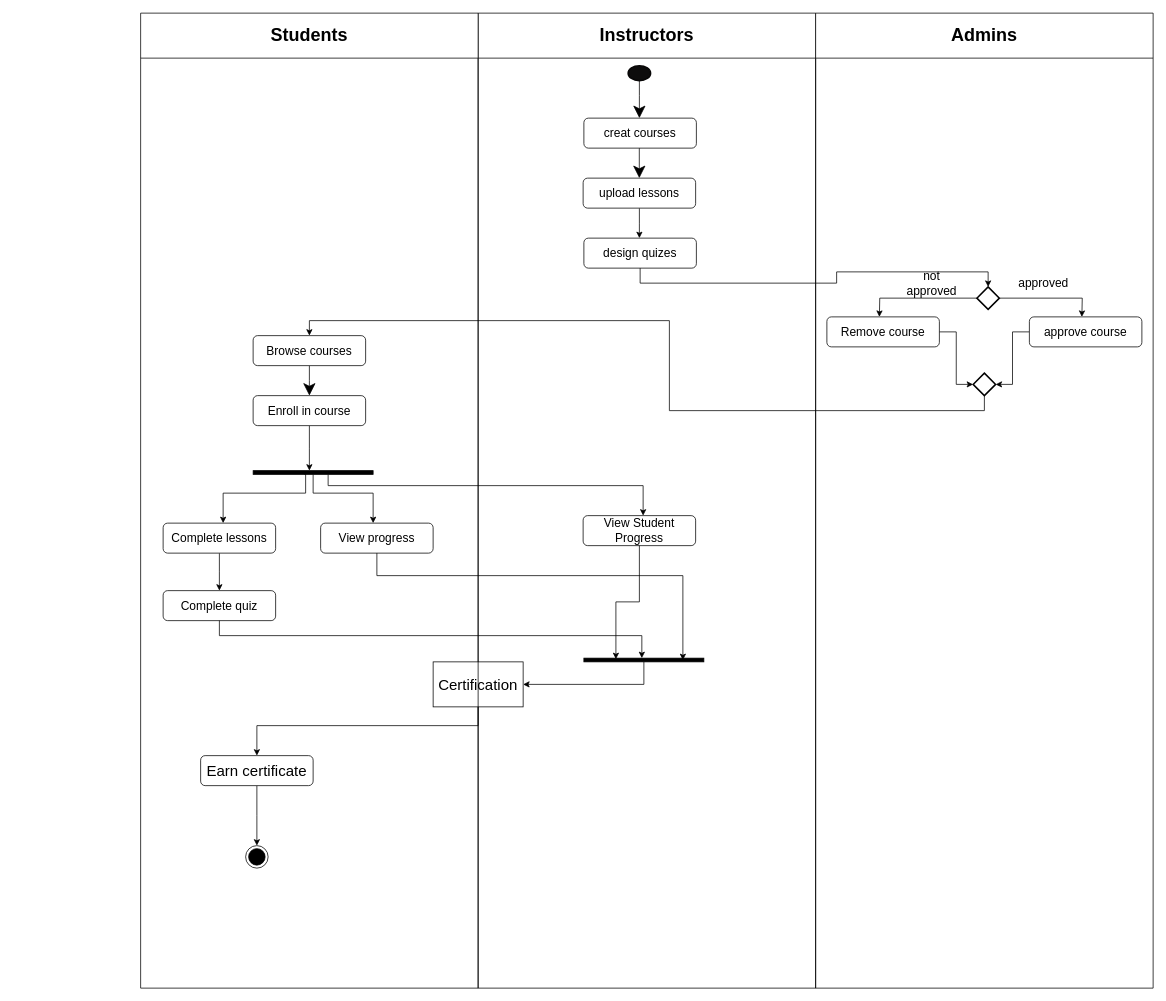
Smook-e/Prog2_lab6 keeps this draw.io diagram as Diagrams/activity diagram.drawio. Above is the earlier version. Source tidied: cells renumbered, new cells numbered last; positions are measured from the earlier drawing's top-left corner, leaving out a move shared by most shapes. Both pictures are drawn from the tidied source at 75%, with x=0, y=0 at pixel (140, 13).
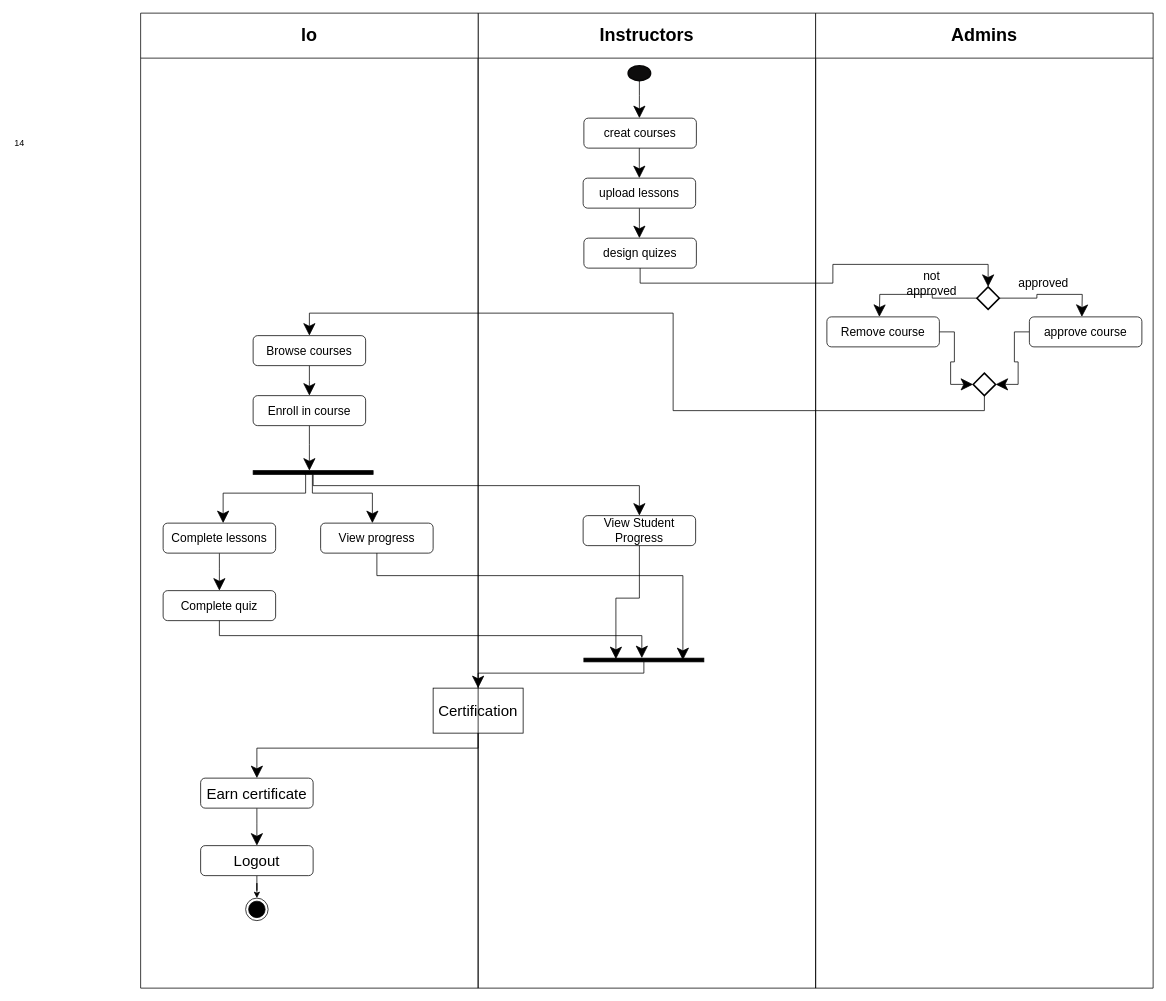
After the change.

Commit message:
organize the design of diagram

The change refers to these unchanged cells:
```xml
<mxCell id="2" value="Instructors" style="swimlane;whiteSpace=wrap;html=1;startSize=60;fontSize=24;" parent="1" vertex="1">
  <mxGeometry x="450" width="450" height="1300" as="geometry" />
</mxCell>
<mxCell id="8" value="upload lessons" style="rounded=1;whiteSpace=wrap;html=1;fontSize=16;" parent="2" vertex="1">
  <mxGeometry x="140" y="220" width="150" height="40" as="geometry" />
</mxCell>
<mxCell id="9" value="design quizes" style="rounded=1;whiteSpace=wrap;html=1;fontSize=16;" parent="2" vertex="1">
  <mxGeometry x="141" y="300" width="150" height="40" as="geometry" />
</mxCell>
<mxCell id="10" value="View Student Progress" style="rounded=1;whiteSpace=wrap;html=1;fontSize=16;" parent="2" vertex="1">
  <mxGeometry x="140" y="670" width="150" height="40" as="geometry" />
</mxCell>
<mxCell id="12" style="html=1;points=[];perimeter=orthogonalPerimeter;fillColor=strokeColor;direction=south;" parent="2" vertex="1">
  <mxGeometry x="141" y="860" width="160" height="5" as="geometry" />
</mxCell>
<mxCell id="17" value="Browse courses" style="rounded=1;whiteSpace=wrap;html=1;fontSize=16;" parent="15" vertex="1">
  <mxGeometry x="150" y="430" width="150" height="40" as="geometry" />
</mxCell>
<mxCell id="19" value="Enroll in course" style="rounded=1;whiteSpace=wrap;html=1;fontSize=16;" parent="15" vertex="1">
  <mxGeometry x="150" y="510" width="150" height="40" as="geometry" />
</mxCell>
<mxCell id="23" style="html=1;points=[];perimeter=orthogonalPerimeter;fillColor=strokeColor;direction=south;" parent="15" vertex="1">
  <mxGeometry x="150" y="610" width="160" height="5" as="geometry" />
</mxCell>
<mxCell id="24" value="View progress" style="rounded=1;whiteSpace=wrap;html=1;fontSize=16;" parent="15" vertex="1">
  <mxGeometry x="240" y="680" width="150" height="40" as="geometry" />
</mxCell>
<mxCell id="26" value="Complete lessons" style="rounded=1;whiteSpace=wrap;html=1;fontSize=16;" parent="15" vertex="1">
  <mxGeometry x="30" y="680" width="150" height="40" as="geometry" />
</mxCell>
<mxCell id="27" value="Complete quiz" style="rounded=1;whiteSpace=wrap;html=1;fontSize=16;" parent="15" vertex="1">
  <mxGeometry x="30" y="770" width="150" height="40" as="geometry" />
</mxCell>
<mxCell id="31" value="Admins" style="swimlane;whiteSpace=wrap;html=1;startSize=60;fontSize=24;" parent="1" vertex="1">
  <mxGeometry x="900" width="450" height="1300" as="geometry" />
</mxCell>
<mxCell id="34" style="rhombus;whiteSpace=wrap;html=1;strokeWidth=2;" parent="31" vertex="1">
  <mxGeometry x="215" y="365" width="30" height="30" as="geometry" />
</mxCell>
<mxCell id="38" value="Remove course" style="rounded=1;whiteSpace=wrap;html=1;fontSize=16;" parent="31" vertex="1">
  <mxGeometry x="15" y="405" width="150" height="40" as="geometry" />
</mxCell>
<mxCell id="40" value="approve course" style="rounded=1;whiteSpace=wrap;html=1;fontSize=16;" parent="31" vertex="1">
  <mxGeometry x="285" y="405" width="150" height="40" as="geometry" />
</mxCell>
<mxCell id="41" style="rhombus;whiteSpace=wrap;html=1;strokeWidth=2;" parent="31" vertex="1">
  <mxGeometry x="210" y="480" width="30" height="30" as="geometry" />
</mxCell>
```

Change to the diagram source:
```diff
@@
-    <mxCell id="7" style="edgeStyle=orthogonalEdgeStyle;rounded=0;jettySize=auto;html=1;" parent="2" edge="1" source="8">
+    <mxCell id="7" style="edgeStyle=orthogonalEdgeStyle;rounded=0;jettySize=auto;html=1;endSize=14;startSize=14;" parent="2" edge="1" source="8">
       <mxGeometry relative="1" as="geometry">
         <mxPoint x="215" y="300" as="targetPoint" />
       </mxGeometry>
     </mxCell>
@@
-    <mxCell id="11" style="edgeStyle=orthogonalEdgeStyle;rounded=0;jettySize=auto;html=1;entryX=1;entryY=0.5;entryDx=0;entryDy=0;" parent="2" edge="1" source="12" target="14">
-      <mxGeometry relative="1" as="geometry">
-        <Array as="points">
-          <mxPoint x="221" y="895" />
-        </Array>
-      </mxGeometry>
-    </mxCell>
+    <mxCell id="47" style="edgeStyle=orthogonalEdgeStyle;rounded=0;jettySize=auto;html=1;endSize=14;startSize=14;" parent="2" edge="1" source="12">
+      <mxGeometry relative="1" as="geometry">
+        <mxPoint y="900" as="targetPoint" />
+        <Array as="points">
+          <mxPoint x="221" y="880" />
+          <mxPoint y="880" />
+        </Array>
+      </mxGeometry>
+    </mxCell>
@@
-    <mxCell id="13" style="edgeStyle=orthogonalEdgeStyle;rounded=0;jettySize=auto;html=1;entryX=0.267;entryY=0.733;entryDx=0;entryDy=0;entryPerimeter=0;" parent="2" edge="1" source="10" target="12">
+    <mxCell id="13" style="edgeStyle=orthogonalEdgeStyle;rounded=0;jettySize=auto;html=1;entryX=0.267;entryY=0.733;entryDx=0;entryDy=0;entryPerimeter=0;endSize=14;startSize=14;" parent="2" edge="1" source="10" target="12">
       <mxGeometry relative="1" as="geometry" />
     </mxCell>
     <mxCell id="14" value="Certification" style="rounded=0;whiteSpace=wrap;html=1;fontSize=20;" parent="2" vertex="1">
-      <mxGeometry x="-60" y="865" width="120" height="60" as="geometry" />
+      <mxGeometry x="-60" y="900" width="120" height="60" as="geometry" />
     </mxCell>
-    <mxCell id="15" value="Students" style="swimlane;whiteSpace=wrap;html=1;startSize=60;strokeWidth=1;fontSize=24;" parent="1" vertex="1">
+    <mxCell id="15" value="lo" style="swimlane;whiteSpace=wrap;html=1;startSize=60;strokeWidth=1;fontSize=24;" parent="1" vertex="1">
       <mxGeometry width="450" height="1300" as="geometry" />
     </mxCell>
@@
-    <mxCell id="18" style="edgeStyle=orthogonalEdgeStyle;rounded=0;jettySize=auto;html=1;" parent="15" edge="1" source="19">
+    <mxCell id="18" style="edgeStyle=orthogonalEdgeStyle;rounded=0;jettySize=auto;html=1;endSize=14;startSize=14;" parent="15" edge="1" source="19">
       <mxGeometry relative="1" as="geometry">
         <mxPoint x="225" y="610" as="targetPoint" />
       </mxGeometry>
     </mxCell>
@@
-    <mxCell id="20" style="edgeStyle=orthogonalEdgeStyle;rounded=0;jettySize=auto;html=1;exitX=1.024;exitY=0.572;exitDx=0;exitDy=0;exitPerimeter=0;" parent="15" edge="1" source="23">
+    <mxCell id="20" style="edgeStyle=orthogonalEdgeStyle;rounded=0;jettySize=auto;html=1;exitX=1.024;exitY=0.572;exitDx=0;exitDy=0;exitPerimeter=0;endSize=14;startSize=14;" parent="15" edge="1" source="23">
       <mxGeometry relative="1" as="geometry">
         <mxPoint x="110" y="680" as="targetPoint" />
         <Array as="points">
           <mxPoint x="220" y="615" />
           <mxPoint x="220" y="640" />
           <mxPoint x="110" y="640" />
         </Array>
       </mxGeometry>
     </mxCell>
-    <mxCell id="21" style="edgeStyle=orthogonalEdgeStyle;rounded=0;jettySize=auto;html=1;" parent="15" edge="1" source="23">
+    <mxCell id="21" style="edgeStyle=orthogonalEdgeStyle;rounded=0;orthogonalLoop=1;jettySize=auto;html=1;endSize=14;startSize=14;" parent="15" edge="1">
       <mxGeometry relative="1" as="geometry">
-        <mxPoint x="310" y="680" as="targetPoint" />
+        <mxPoint x="229" y="615" as="sourcePoint" />
+        <mxPoint x="309" y="680" as="targetPoint" />
         <Array as="points">
-          <mxPoint x="230" y="640" />
-          <mxPoint x="310" y="640" />
+          <mxPoint x="229" y="640" />
+          <mxPoint x="309" y="640" />
         </Array>
       </mxGeometry>
     </mxCell>
-    <mxCell id="22" style="edgeStyle=orthogonalEdgeStyle;rounded=0;jettySize=auto;html=1;" parent="15" edge="1" source="23">
-      <mxGeometry relative="1" as="geometry">
-        <mxPoint x="670" y="670" as="targetPoint" />
-        <Array as="points">
-          <mxPoint x="250" y="630" />
-          <mxPoint x="670" y="630" />
-        </Array>
-      </mxGeometry>
-    </mxCell>
@@
-    <mxCell id="25" style="edgeStyle=orthogonalEdgeStyle;rounded=0;jettySize=auto;html=1;" parent="15" edge="1" source="26">
+    <mxCell id="25" style="edgeStyle=orthogonalEdgeStyle;rounded=0;jettySize=auto;html=1;endSize=14;startSize=14;" parent="15" edge="1" source="26">
       <mxGeometry relative="1" as="geometry">
         <mxPoint x="105" y="770" as="targetPoint" />
       </mxGeometry>
     </mxCell>
@@
-    <mxCell id="28" style="edgeStyle=orthogonalEdgeStyle;rounded=0;jettySize=auto;html=1;" parent="15" edge="1" source="29">
+    <mxCell id="28" style="edgeStyle=orthogonalEdgeStyle;rounded=0;jettySize=auto;html=1;fontSize=11;endSize=14;startSize=14;" parent="15" edge="1" source="29">
       <mxGeometry relative="1" as="geometry">
         <mxPoint x="155" y="1110" as="targetPoint" />
       </mxGeometry>
     </mxCell>
     <mxCell id="29" value="Earn certificate" style="rounded=1;whiteSpace=wrap;html=1;fontSize=20;" parent="15" vertex="1">
-      <mxGeometry x="80" y="990" width="150" height="40" as="geometry" />
+      <mxGeometry x="80" y="1020" width="150" height="40" as="geometry" />
     </mxCell>
     <mxCell id="30" style="ellipse;html=1;shape=endState;fillColor=strokeColor;" parent="15" vertex="1">
-      <mxGeometry x="140" y="1110" width="30" height="30" as="geometry" />
+      <mxGeometry x="140" y="1180" width="30" height="30" as="geometry" />
     </mxCell>
+    <mxCell id="48" style="edgeStyle=orthogonalEdgeStyle;rounded=0;jettySize=auto;html=1;" parent="15" edge="1" source="49" target="30">
+      <mxGeometry relative="1" as="geometry" />
+    </mxCell>
+    <mxCell id="49" value="Logout" style="rounded=1;whiteSpace=wrap;html=1;fontSize=20;" parent="15" vertex="1">
+      <mxGeometry x="80" y="1110" width="150" height="40" as="geometry" />
+    </mxCell>
@@
-    <mxCell id="32" style="edgeStyle=orthogonalEdgeStyle;rounded=0;jettySize=auto;html=1;" parent="31" edge="1" source="34">
+    <mxCell id="32" style="edgeStyle=orthogonalEdgeStyle;rounded=0;jettySize=auto;html=1;endSize=14;startSize=14;" parent="31" edge="1" source="34">
       <mxGeometry relative="1" as="geometry">
         <mxPoint x="355" y="405" as="targetPoint" />
       </mxGeometry>
     </mxCell>
-    <mxCell id="33" style="edgeStyle=orthogonalEdgeStyle;rounded=0;jettySize=auto;html=1;" parent="31" edge="1" source="34">
+    <mxCell id="33" style="edgeStyle=orthogonalEdgeStyle;rounded=0;jettySize=auto;html=1;startSize=14;endSize=14;" parent="31" edge="1" source="34">
       <mxGeometry relative="1" as="geometry">
         <mxPoint x="85" y="405" as="targetPoint" />
       </mxGeometry>
     </mxCell>
@@
-    <mxCell id="37" style="edgeStyle=orthogonalEdgeStyle;rounded=0;jettySize=auto;html=1;entryX=0;entryY=0.5;entryDx=0;entryDy=0;" parent="31" edge="1" source="38" target="41">
+    <mxCell id="37" style="edgeStyle=orthogonalEdgeStyle;rounded=0;jettySize=auto;html=1;entryX=0;entryY=0.5;entryDx=0;entryDy=0;endSize=14;startSize=14;" parent="31" edge="1" source="38" target="41">
       <mxGeometry relative="1" as="geometry" />
     </mxCell>
@@
-    <mxCell id="39" style="edgeStyle=orthogonalEdgeStyle;rounded=0;jettySize=auto;html=1;entryX=1;entryY=0.5;entryDx=0;entryDy=0;" parent="31" edge="1" source="40" target="41">
+    <mxCell id="39" style="edgeStyle=orthogonalEdgeStyle;rounded=0;jettySize=auto;html=1;entryX=1;entryY=0.5;entryDx=0;entryDy=0;startSize=14;endSize=14;" parent="31" edge="1" source="40" target="41">
       <mxGeometry relative="1" as="geometry" />
     </mxCell>
@@
-    <mxCell id="42" style="edgeStyle=orthogonalEdgeStyle;rounded=0;jettySize=auto;html=1;entryX=0.5;entryY=0;entryDx=0;entryDy=0;exitX=0.5;exitY=1;exitDx=0;exitDy=0;" parent="1" edge="1" source="9" target="34">
+    <mxCell id="42" style="edgeStyle=orthogonalEdgeStyle;rounded=0;jettySize=auto;html=1;entryX=0.5;entryY=0;entryDx=0;entryDy=0;exitX=0.5;exitY=1;exitDx=0;exitDy=0;startSize=14;endSize=14;" parent="1" edge="1" source="9" target="34">
       <mxGeometry relative="1" as="geometry" />
     </mxCell>
-    <mxCell id="43" style="edgeStyle=orthogonalEdgeStyle;rounded=0;jettySize=auto;html=1;entryX=0.5;entryY=0;entryDx=0;entryDy=0;exitX=0.5;exitY=1;exitDx=0;exitDy=0;" parent="1" edge="1" source="41" target="17">
+    <mxCell id="43" style="edgeStyle=orthogonalEdgeStyle;rounded=0;jettySize=auto;html=1;entryX=0.5;entryY=0;entryDx=0;entryDy=0;exitX=0.5;exitY=1;exitDx=0;exitDy=0;startSize=14;endSize=14;" parent="1" edge="1" source="41" target="17">
       <mxGeometry relative="1" as="geometry" />
     </mxCell>
-    <mxCell id="44" style="edgeStyle=orthogonalEdgeStyle;rounded=0;jettySize=auto;html=1;entryX=0.533;entryY=0.175;entryDx=0;entryDy=0;entryPerimeter=0;" parent="1" edge="1" source="24" target="12">
+    <mxCell id="44" style="edgeStyle=orthogonalEdgeStyle;rounded=0;jettySize=auto;html=1;entryX=0.533;entryY=0.175;entryDx=0;entryDy=0;entryPerimeter=0;endSize=14;startSize=14;" parent="1" edge="1" source="24" target="12">
       <mxGeometry relative="1" as="geometry">
         <Array as="points">
           <mxPoint x="315" y="750" />
           <mxPoint x="723" y="750" />
         </Array>
       </mxGeometry>
     </mxCell>
-    <mxCell id="45" style="edgeStyle=orthogonalEdgeStyle;rounded=0;jettySize=auto;html=1;entryX=0;entryY=0.517;entryDx=0;entryDy=0;entryPerimeter=0;" parent="1" edge="1" source="27" target="12">
+    <mxCell id="45" style="edgeStyle=orthogonalEdgeStyle;rounded=0;jettySize=auto;html=1;entryX=0;entryY=0.517;entryDx=0;entryDy=0;entryPerimeter=0;endSize=14;startSize=14;" parent="1" edge="1" source="27" target="12">
       <mxGeometry relative="1" as="geometry">
         <Array as="points">
           <mxPoint x="105" y="830" />
           <mxPoint x="668" y="830" />
         </Array>
       </mxGeometry>
     </mxCell>
-    <mxCell id="46" style="edgeStyle=orthogonalEdgeStyle;rounded=0;jettySize=auto;html=1;entryX=0.5;entryY=0;entryDx=0;entryDy=0;" parent="1" edge="1" source="14" target="29">
+    <mxCell id="46" style="edgeStyle=orthogonalEdgeStyle;rounded=0;jettySize=auto;html=1;entryX=0.5;entryY=0;entryDx=0;entryDy=0;endSize=14;startSize=14;" parent="1" edge="1" source="14" target="29">
       <mxGeometry relative="1" as="geometry">
         <Array as="points">
-          <mxPoint x="450" y="950" />
-          <mxPoint x="155" y="950" />
+          <mxPoint x="450" y="980" />
+          <mxPoint x="155" y="980" />
         </Array>
       </mxGeometry>
     </mxCell>
+    <mxCell id="50" value="14" style="text;whiteSpace=wrap;" parent="1" vertex="1">
+      <mxGeometry x="-170" y="160" width="50" height="40" as="geometry" />
+    </mxCell>
+    <mxCell id="51" style="edgeStyle=orthogonalEdgeStyle;rounded=0;jettySize=auto;html=1;entryX=0.5;entryY=0;entryDx=0;entryDy=0;endSize=14;startSize=14;" parent="1" edge="1" source="23" target="10">
+      <mxGeometry relative="1" as="geometry">
+        <Array as="points">
+          <mxPoint x="230" y="630" />
+          <mxPoint x="665" y="630" />
+        </Array>
+      </mxGeometry>
+    </mxCell>
```
